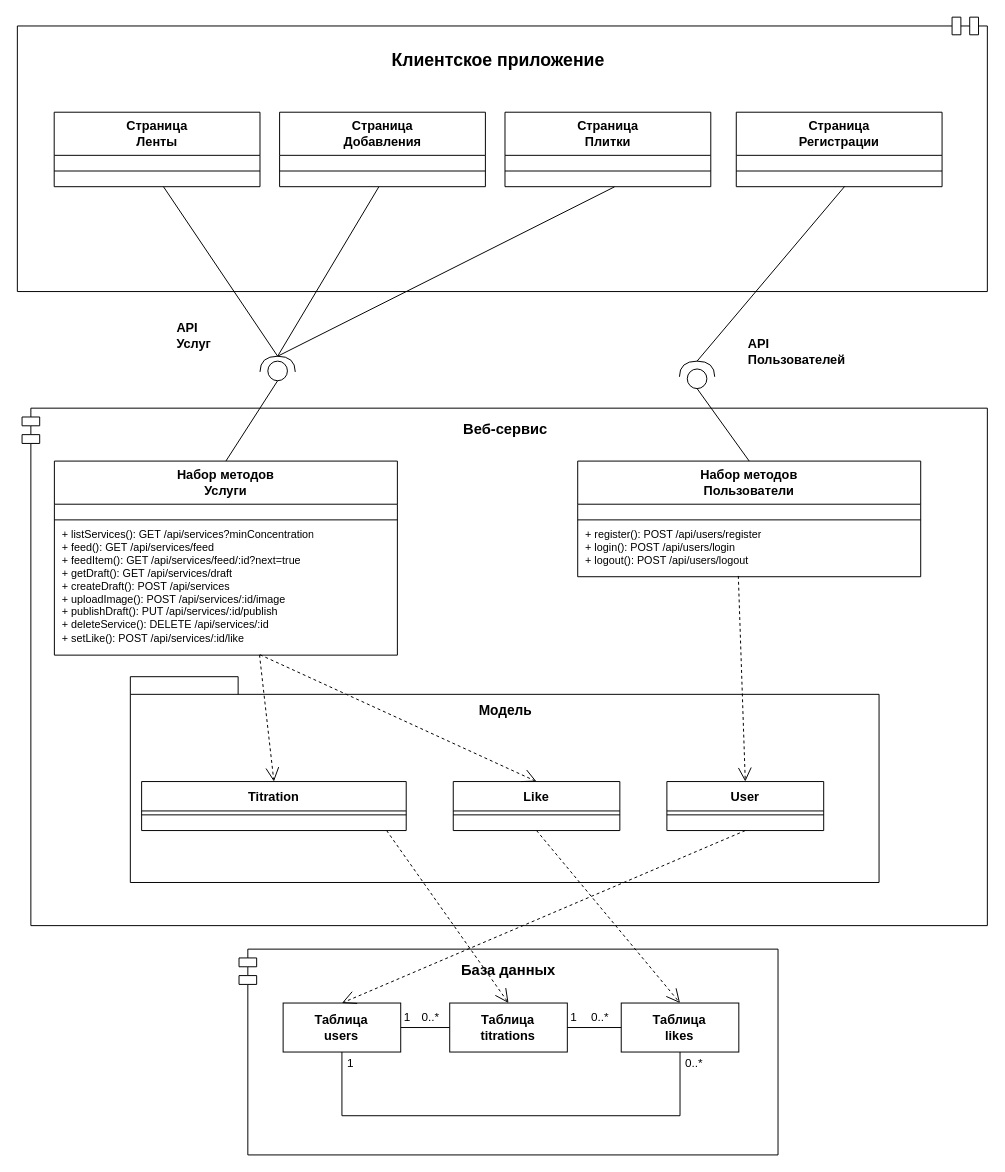
Earlier version of the draw.io diagram titration_pairs_SPA/titration_pairs-classes.drawio (alexandralu5/Titration_pairs). Source tidied: cells renumbered, new cells numbered last; positions are measured from the earlier drawing's top-left corner, leaving out a move shared by most shapes. Both pictures are drawn from the tidied source at 98%, with x=0, y=0 at pixel (22, -331).
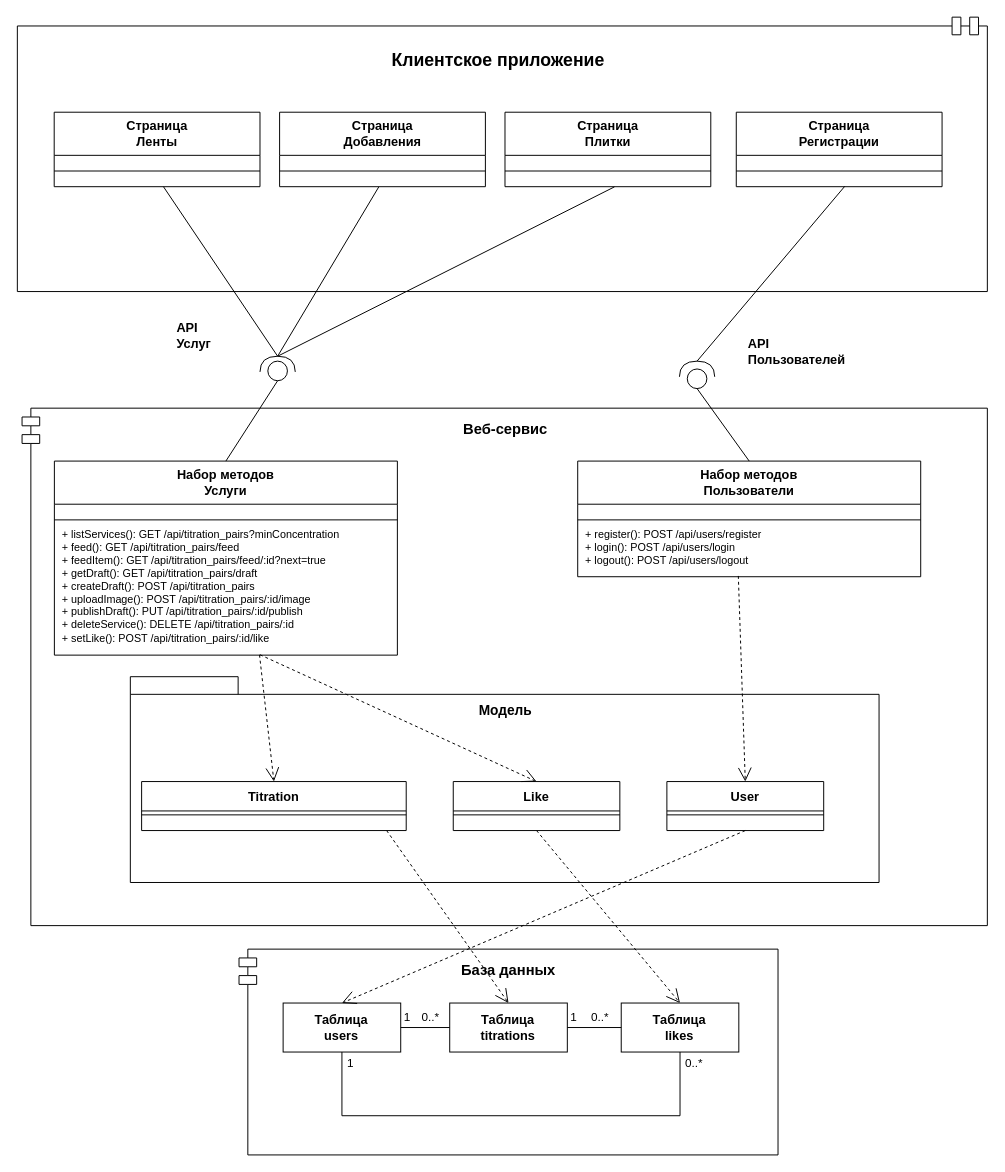
Above is the later version.

The change refers to these unchanged cells:
```xml
<mxCell id="28" value="Набор методов&lt;br&gt;Услуги" style="swimlane;fontStyle=1;align=center;verticalAlign=middle;horizontal=1;startSize=44;html=1;whiteSpace=wrap;fontSize=13;fillColor=#ffffff;swimlaneFillColor=#ffffff;strokeColor=#000000;fontColor=#000000;fontFamily=Helvetica;" parent="1" vertex="1">
  <mxGeometry x="33" y="808" width="350" height="198" as="geometry" />
</mxCell>
```

What changed in the source:
```diff
@@
-    <mxCell id="31" value="+ listServices(): GET /api/services?minConcentration&lt;br&gt;+ feed(): GET /api/services/feed&lt;br&gt;+ feedItem(): GET /api/services/feed/:id?next=true&lt;br&gt;+ getDraft(): GET /api/services/draft&lt;br&gt;+ createDraft(): POST /api/services&lt;br&gt;+ uploadImage(): POST /api/services/:id/image&lt;br&gt;+ publishDraft(): PUT /api/services/:id/publish&lt;br&gt;+ deleteService(): DELETE /api/services/:id&lt;br&gt;+ setLike(): POST /api/services/:id/like" style="text;strokeColor=none;fillColor=none;align=left;verticalAlign=top;spacingLeft=6;spacingRight=4;spacingTop=-2;overflow=hidden;html=1;whiteSpace=wrap;fontSize=11;fontColor=#000000;fontFamily=Helvetica;" parent="28" vertex="1">
+    <mxCell id="31" value="+ listServices(): GET /api/titration_pairs?minConcentration&lt;br&gt;+ feed(): GET /api/titration_pairs/feed&lt;br&gt;+ feedItem(): GET /api/titration_pairs/feed/:id?next=true&lt;br&gt;+ getDraft(): GET /api/titration_pairs/draft&lt;br&gt;+ createDraft(): POST /api/titration_pairs&lt;br&gt;+ uploadImage(): POST /api/titration_pairs/:id/image&lt;br&gt;+ publishDraft(): PUT /api/titration_pairs/:id/publish&lt;br&gt;+ deleteService(): DELETE /api/titration_pairs/:id&lt;br&gt;+ setLike(): POST /api/titration_pairs/:id/like" style="text;strokeColor=none;fillColor=none;align=left;verticalAlign=top;spacingLeft=6;spacingRight=4;spacingTop=-2;overflow=hidden;html=1;whiteSpace=wrap;fontSize=11;fontColor=#000000;fontFamily=Helvetica;" parent="28" vertex="1">
       <mxGeometry y="64" width="350" height="134" as="geometry" />
     </mxCell>
```
